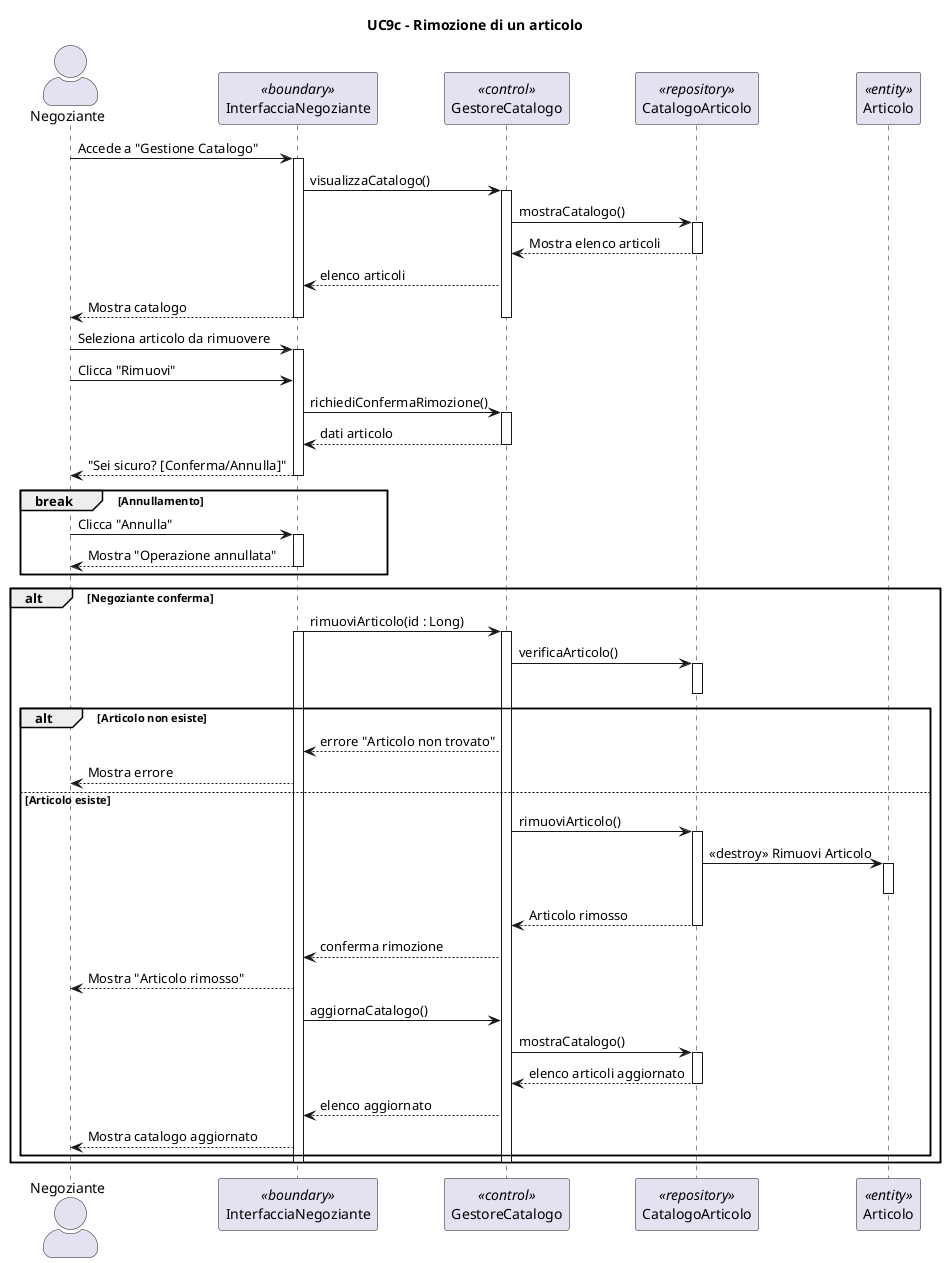
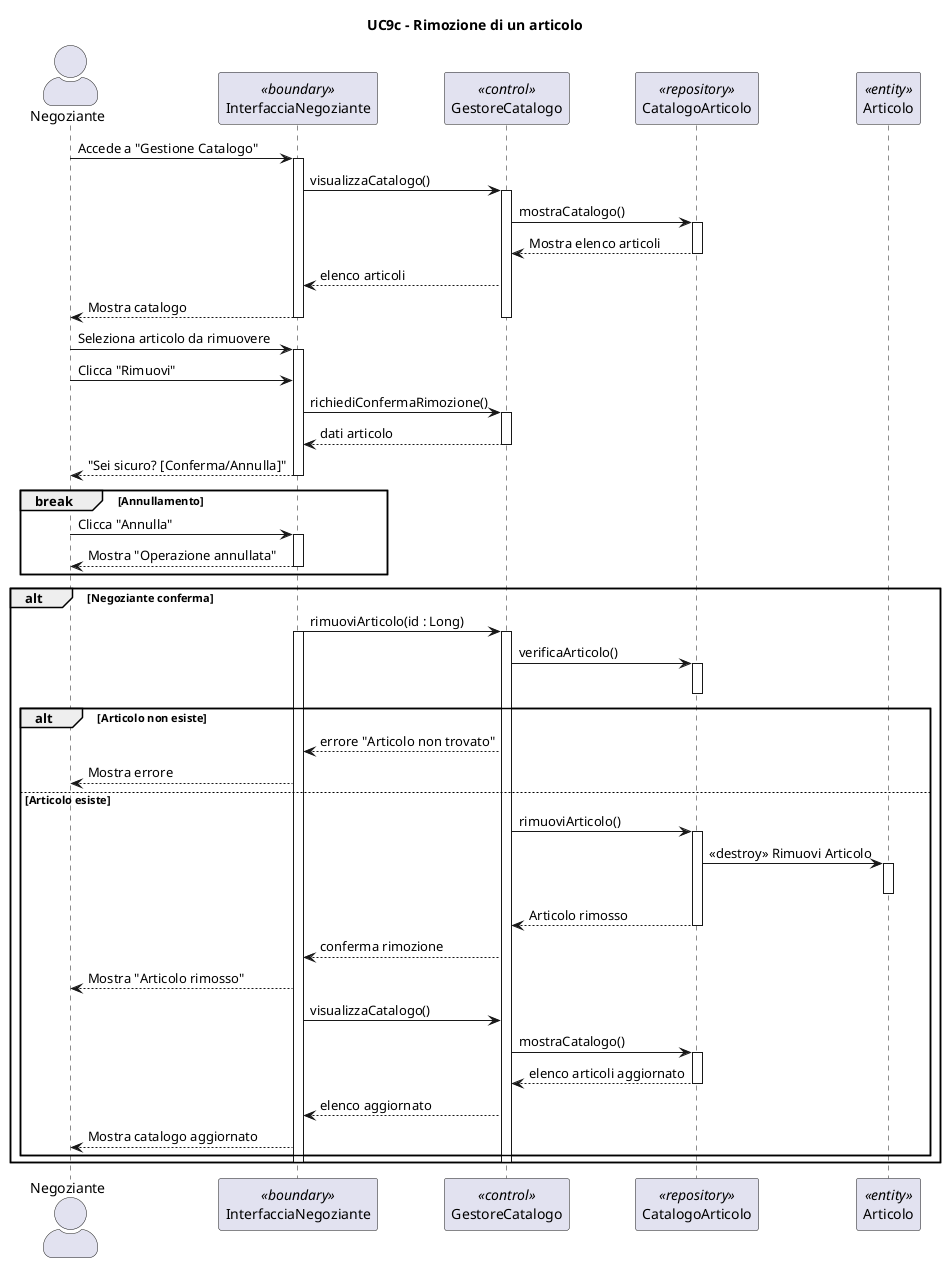
@startuml
title UC9c - Rimozione di un articolo
skinparam actorStyle awesome
actor "Negoziante" as N
participant "InterfacciaNegoziante" as IN <<boundary>>
participant "GestoreCatalogo" as G <<control>>
participant "CatalogoArticolo" as CA <<repository>>
participant "Articolo" as Articolo <<entity>>

N -> IN: Accede a "Gestione Catalogo"
activate IN
IN -> G: visualizzaCatalogo()
activate G
G -> CA: mostraCatalogo()
activate CA
CA --> G: Mostra elenco articoli
deactivate CA
G --> IN: elenco articoli
IN --> N: Mostra catalogo
deactivate G
deactivate IN

N -> IN: Seleziona articolo da rimuovere
activate IN
N -> IN: Clicca "Rimuovi"

IN -> G: richiediConfermaRimozione()
activate G
G --> IN: dati articolo
deactivate G
IN --> N: "Sei sicuro? [Conferma/Annulla]"
deactivate IN

break Annullamento
    N -> IN: Clicca "Annulla"
    activate IN
    IN --> N: Mostra "Operazione annullata"
    deactivate IN
end

alt Negoziante conferma
    IN -> G: rimuoviArticolo(id : Long)
    activate IN
    activate G
    G -> CA: verificaArticolo()
    activate CA
    deactivate CA

    alt Articolo non esiste
        G --> IN: errore "Articolo non trovato"
        IN --> N: Mostra errore

    else Articolo esiste
        G -> CA: rimuoviArticolo()
        activate CA
        CA -> Articolo: <<destroy>> Rimuovi Articolo
        activate Articolo
        deactivate Articolo
        CA --> G: Articolo rimosso
        deactivate CA
        G --> IN: conferma rimozione
        IN --> N: Mostra "Articolo rimosso"

-         IN -> G: aggiornaCatalogo()
+         IN -> G: visualizzaCatalogo()
        G -> CA: mostraCatalogo()
        activate CA
        CA --> G: elenco articoli aggiornato
        deactivate CA
        G --> IN: elenco aggiornato
        IN --> N: Mostra catalogo aggiornato
    end
    deactivate G
    deactivate IN
end
@enduml